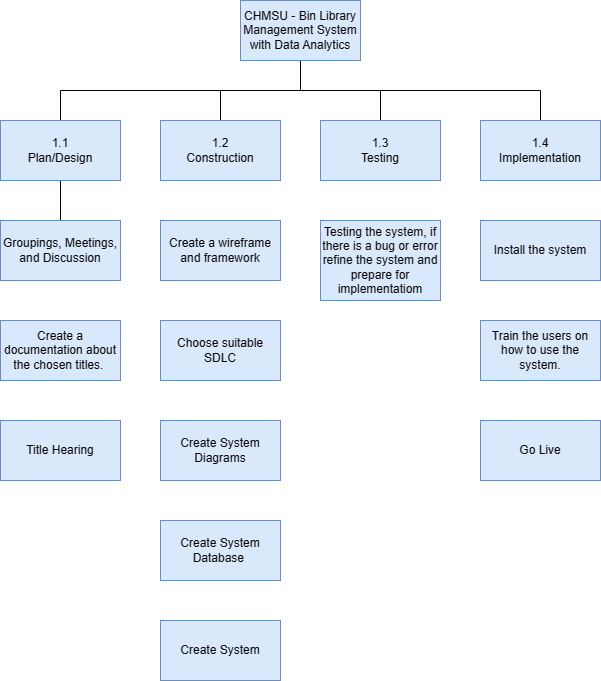
Before: WBS.png, a diagram exported from draw.io (Jayrou12345/Sir_Raq). Source tidied: cells renumbered, new cells last; positions are measured from the earlier drawing's top-left corner, leaving out a move shared by most shapes.
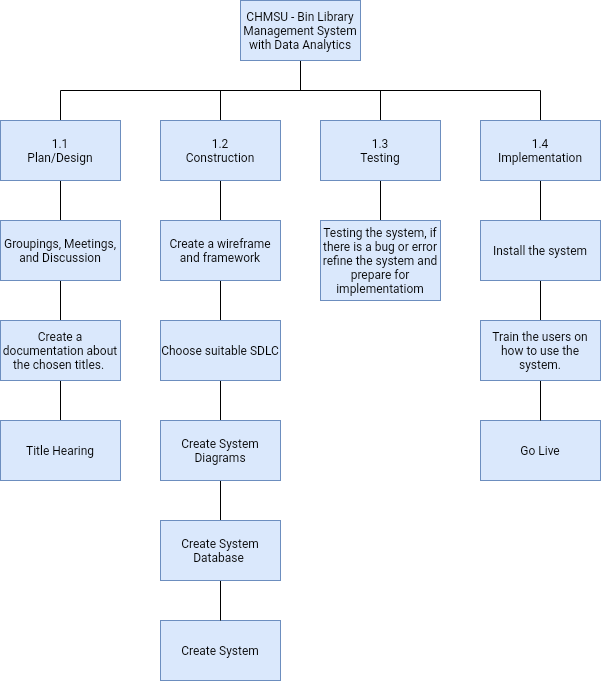
The same diagram one commit later.

Change to the diagram source:
```diff
@@ -17,6 +17,9 @@
     <mxCell id="6" value="CHMSU - Bin Library Management System with Data Analytics" style="rounded=0;whiteSpace=wrap;html=1;fillColor=#dae8fc;strokeColor=#6c8ebf;" parent="1" vertex="1">
       <mxGeometry x="240" width="120" height="60" as="geometry" />
     </mxCell>
+    <mxCell id="24" style="edgeStyle=none;curved=1;rounded=0;jettySize=auto;html=1;fontSize=12;startSize=8;endSize=8;endArrow=none;endFill=0;" parent="1" edge="1" source="7" target="13">
+      <mxGeometry relative="1" as="geometry" />
+    </mxCell>
     <mxCell id="7" value="1.2&lt;br&gt;Construction" style="rounded=0;whiteSpace=wrap;html=1;fillColor=#dae8fc;strokeColor=#6c8ebf;" parent="1" vertex="1">
       <mxGeometry x="160" y="120" width="120" height="60" as="geometry" />
     </mxCell>
@@ -26,45 +29,75 @@
     <mxCell id="9" value="1.1&lt;br&gt;Plan/Design" style="rounded=0;whiteSpace=wrap;html=1;fillColor=#dae8fc;strokeColor=#6c8ebf;" parent="1" vertex="1">
       <mxGeometry y="120" width="120" height="60" as="geometry" />
     </mxCell>
+    <mxCell id="25" style="edgeStyle=none;curved=1;rounded=0;jettySize=auto;html=1;fontSize=12;startSize=8;endSize=8;endArrow=none;endFill=0;" parent="1" edge="1" source="10" target="14">
+      <mxGeometry relative="1" as="geometry" />
+    </mxCell>
     <mxCell id="10" value="1.3&lt;br&gt;Testing" style="rounded=0;whiteSpace=wrap;html=1;fillColor=#dae8fc;strokeColor=#6c8ebf;" parent="1" vertex="1">
       <mxGeometry x="320" y="120" width="120" height="60" as="geometry" />
     </mxCell>
+    <mxCell id="26" style="edgeStyle=none;curved=1;rounded=0;jettySize=auto;html=1;fontSize=12;startSize=8;endSize=8;endArrow=none;endFill=0;" parent="1" edge="1" source="11" target="15">
+      <mxGeometry relative="1" as="geometry" />
+    </mxCell>
     <mxCell id="11" value="1.4&lt;br&gt;Implementation" style="rounded=0;whiteSpace=wrap;html=1;fillColor=#dae8fc;strokeColor=#6c8ebf;" parent="1" vertex="1">
       <mxGeometry x="480" y="120" width="120" height="60" as="geometry" />
     </mxCell>
+    <mxCell id="27" style="edgeStyle=none;curved=1;rounded=0;jettySize=auto;html=1;fontSize=12;startSize=8;endSize=8;endArrow=none;endFill=0;" parent="1" edge="1" source="12" target="16">
+      <mxGeometry relative="1" as="geometry" />
+    </mxCell>
     <mxCell id="12" value="Groupings, Meetings, and Discussion" style="rounded=0;whiteSpace=wrap;html=1;fillColor=#dae8fc;strokeColor=#6c8ebf;" parent="1" vertex="1">
       <mxGeometry y="220" width="120" height="60" as="geometry" />
     </mxCell>
+    <mxCell id="28" style="edgeStyle=none;curved=1;rounded=0;jettySize=auto;html=1;fontSize=12;startSize=7;endSize=8;endArrow=none;endFill=0;" parent="1" edge="1" source="13" target="18">
+      <mxGeometry relative="1" as="geometry" />
+    </mxCell>
     <mxCell id="13" value="Create a wireframe and framework" style="rounded=0;whiteSpace=wrap;html=1;fillColor=#dae8fc;strokeColor=#6c8ebf;" parent="1" vertex="1">
       <mxGeometry x="160" y="220" width="120" height="60" as="geometry" />
     </mxCell>
     <mxCell id="14" value="Testing the system, if there is a bug or error refine the system and prepare for implementatiom" style="rounded=0;whiteSpace=wrap;html=1;fillColor=#dae8fc;strokeColor=#6c8ebf;" parent="1" vertex="1">
       <mxGeometry x="320" y="220" width="120" height="80" as="geometry" />
     </mxCell>
+    <mxCell id="29" style="edgeStyle=none;curved=1;rounded=0;jettySize=auto;html=1;entryX=0.5;entryY=0;entryDx=0;entryDy=0;fontSize=12;startSize=8;endSize=8;endArrow=none;endFill=0;" parent="1" edge="1" source="15" target="23">
+      <mxGeometry relative="1" as="geometry" />
+    </mxCell>
     <mxCell id="15" value="Install the system" style="rounded=0;whiteSpace=wrap;html=1;fillColor=#dae8fc;strokeColor=#6c8ebf;" parent="1" vertex="1">
       <mxGeometry x="480" y="220" width="120" height="60" as="geometry" />
     </mxCell>
+    <mxCell id="30" style="edgeStyle=none;curved=1;rounded=0;jettySize=auto;html=1;entryX=0.5;entryY=0;entryDx=0;entryDy=0;fontSize=12;startSize=8;endSize=8;endArrow=none;endFill=0;" parent="1" edge="1" source="16" target="17">
+      <mxGeometry relative="1" as="geometry" />
+    </mxCell>
     <mxCell id="16" value="Create a documentation about the chosen titles.&amp;nbsp;" style="rounded=0;whiteSpace=wrap;html=1;fillColor=#dae8fc;strokeColor=#6c8ebf;" parent="1" vertex="1">
       <mxGeometry y="320" width="120" height="60" as="geometry" />
     </mxCell>
     <mxCell id="17" value="Title Hearing" style="rounded=0;whiteSpace=wrap;html=1;fillColor=#dae8fc;strokeColor=#6c8ebf;" parent="1" vertex="1">
       <mxGeometry y="420" width="120" height="60" as="geometry" />
     </mxCell>
+    <mxCell id="31" style="edgeStyle=none;curved=1;rounded=0;jettySize=auto;html=1;entryX=0.5;entryY=0;entryDx=0;entryDy=0;fontSize=12;startSize=8;endSize=8;endArrow=none;endFill=0;" parent="1" edge="1" source="18" target="19">
+      <mxGeometry relative="1" as="geometry" />
+    </mxCell>
     <mxCell id="18" value="Choose suitable SDLC" style="rounded=0;whiteSpace=wrap;html=1;fillColor=#dae8fc;strokeColor=#6c8ebf;" parent="1" vertex="1">
       <mxGeometry x="160" y="320" width="120" height="60" as="geometry" />
     </mxCell>
+    <mxCell id="32" style="edgeStyle=none;curved=1;rounded=0;jettySize=auto;html=1;fontSize=12;startSize=8;endSize=8;endArrow=none;endFill=0;" parent="1" edge="1" source="19" target="21">
+      <mxGeometry relative="1" as="geometry" />
+    </mxCell>
     <mxCell id="19" value="Create System Diagrams" style="rounded=0;whiteSpace=wrap;html=1;fillColor=#dae8fc;strokeColor=#6c8ebf;" parent="1" vertex="1">
       <mxGeometry x="160" y="420" width="120" height="60" as="geometry" />
     </mxCell>
     <mxCell id="20" value="Create System" style="rounded=0;whiteSpace=wrap;html=1;fillColor=#dae8fc;strokeColor=#6c8ebf;" parent="1" vertex="1">
       <mxGeometry x="160" y="620" width="120" height="60" as="geometry" />
     </mxCell>
+    <mxCell id="33" style="edgeStyle=none;curved=1;rounded=0;jettySize=auto;html=1;fontSize=12;startSize=8;endSize=8;endArrow=none;endFill=0;" parent="1" edge="1" source="21" target="20">
+      <mxGeometry relative="1" as="geometry" />
+    </mxCell>
     <mxCell id="21" value="Create System Database&amp;nbsp;" style="rounded=0;whiteSpace=wrap;html=1;fillColor=#dae8fc;strokeColor=#6c8ebf;" parent="1" vertex="1">
       <mxGeometry x="160" y="520" width="120" height="60" as="geometry" />
     </mxCell>
     <mxCell id="22" value="Go Live" style="rounded=0;whiteSpace=wrap;html=1;fillColor=#dae8fc;strokeColor=#6c8ebf;" parent="1" vertex="1">
       <mxGeometry x="480" y="420" width="120" height="60" as="geometry" />
     </mxCell>
+    <mxCell id="34" style="edgeStyle=none;curved=1;rounded=0;jettySize=auto;html=1;fontSize=12;startSize=8;endSize=8;endArrow=none;endFill=0;" parent="1" edge="1" source="23" target="22">
+      <mxGeometry relative="1" as="geometry" />
+    </mxCell>
     <mxCell id="23" value="Train the users on how to use the system." style="rounded=0;whiteSpace=wrap;html=1;fillColor=#dae8fc;strokeColor=#6c8ebf;" parent="1" vertex="1">
       <mxGeometry x="480" y="320" width="120" height="60" as="geometry" />
     </mxCell>
```
